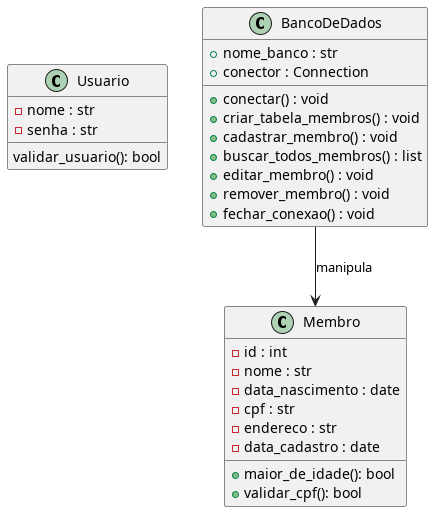
Bruthalles/projeto-rad keeps this PlantUML diagram as out/diagrams/classes/classes.png. Above is the earlier version. The source it was exported from:
```plantuml
@startuml classes
class Usuario{
    - nome : str
    - senha : str

    validar_usuario(): bool
}
class Membro{
    - id : int
    - nome : str
    - data_nascimento : date
    - cpf : str
    - endereco : str
    - data_cadastro : date
    + maior_de_idade(): bool
    + validar_cpf(): bool

}
class BancoDeDados{
    + nome_banco : str
    + conector : Connection

    + conectar() : void
    + criar_tabela_membros() : void
    + cadastrar_membro() : void
    + buscar_todos_membros() : list
    + editar_membro() : void
    + remover_membro() : void
    + fechar_conexao() : void
}

BancoDeDados --> Membro : manipula
@enduml
```
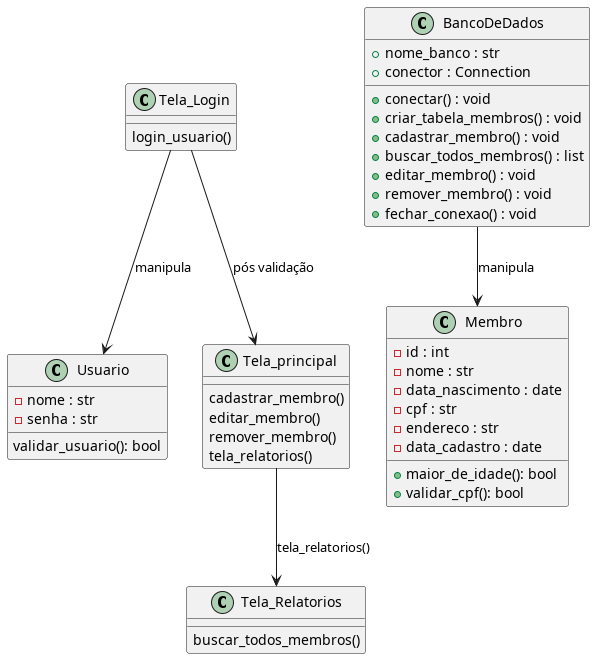
The same file after the commit.

Diff of the diagram source:
```diff
@@ -29,5 +29,21 @@
     + fechar_conexao() : void
 }
 
+class Tela_Login{
+    login_usuario()
+}
+class Tela_principal{
+    cadastrar_membro()
+    editar_membro()
+    remover_membro()
+    tela_relatorios()
+}
+class Tela_Relatorios{
+        buscar_todos_membros()
+
+}
+Tela_Login --> Usuario : manipula
 BancoDeDados --> Membro : manipula
+Tela_Login --> Tela_principal : pós validação
+Tela_principal --> Tela_Relatorios : tela_relatorios()
 @enduml
```
